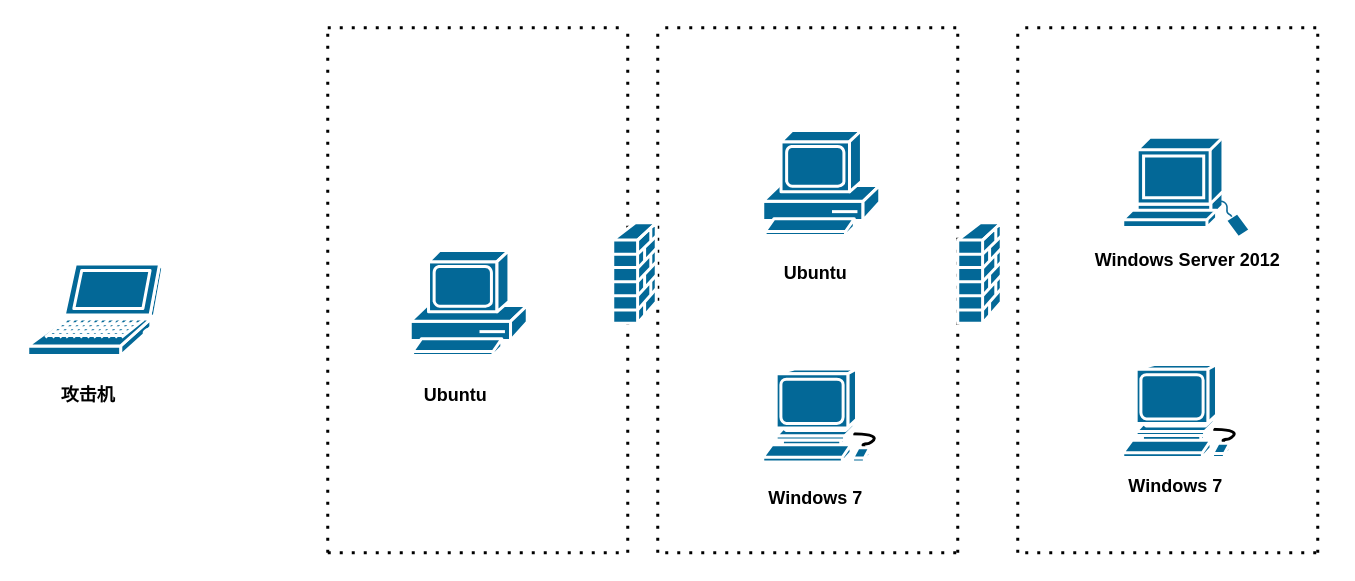
Earlier version of the draw.io diagram 渗透测试.drawio (harmor123/pwn-Stack). Source tidied: cells renumbered, new cells numbered last; positions are measured from the earlier drawing's top-left corner, leaving out a move shared by most shapes. Both pictures are drawn from the tidied source at 150%, with x=0, y=0 at pixel (27, 27).
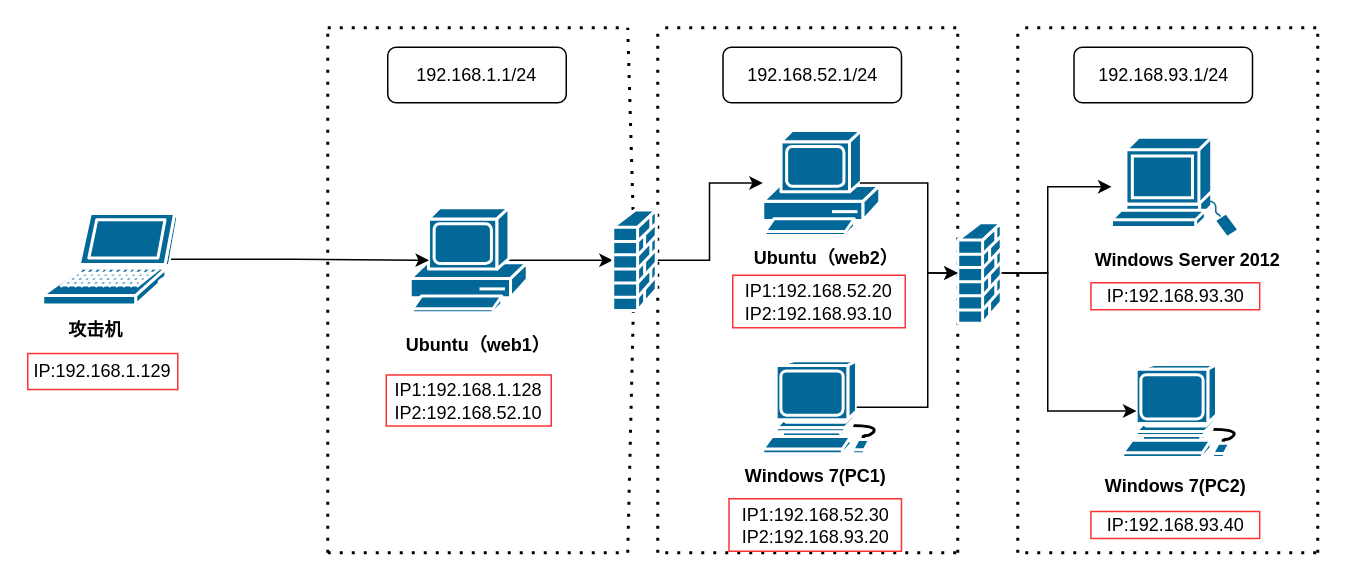
The same diagram, later.

Commit message (it also covers changes not shown here):
更新渗透测试.drawio

Unchanged cells that the change refers to:
```xml
<mxCell id="2" style="shape=mxgraph.cisco.computers_and_peripherals.pc;sketch=0;html=1;dashed=0;fillColor=#036897;strokeColor=#ffffff;strokeWidth=2;verticalLabelPosition=bottom;verticalAlign=top;align=center;outlineConnect=0;" parent="1" vertex="1">
  <mxGeometry x="490" y="68.5" width="78" height="70" as="geometry" />
</mxCell>
<mxCell id="6" style="shape=mxgraph.cisco.computers_and_peripherals.workstation;sketch=0;html=1;dashed=0;fillColor=#036897;strokeColor=#ffffff;strokeWidth=2;verticalLabelPosition=bottom;verticalAlign=top;align=center;outlineConnect=0;" parent="1" vertex="1">
  <mxGeometry x="730" y="224.5" width="83" height="62" as="geometry" />
</mxCell>
```

The edit, as a diff of the source:
```diff
@@
+    <mxCell id="28" style="edgeStyle=orthogonalEdgeStyle;rounded=0;jettySize=auto;html=1;exitX=0.83;exitY=0.5;exitDx=0;exitDy=0;exitPerimeter=0;" parent="1" edge="1" source="3" target="26">
+      <mxGeometry relative="1" as="geometry" />
+    </mxCell>
     <mxCell id="3" style="shape=mxgraph.cisco.computers_and_peripherals.pc;sketch=0;html=1;dashed=0;fillColor=#036897;strokeColor=#ffffff;strokeWidth=2;verticalLabelPosition=bottom;verticalAlign=top;align=center;outlineConnect=0;" parent="1" vertex="1">
-      <mxGeometry x="255" y="148.5" width="78" height="70" as="geometry" />
+      <mxGeometry x="255" y="120" width="78" height="70" as="geometry" />
     </mxCell>
     <mxCell id="4" style="shape=mxgraph.cisco.computers_and_peripherals.laptop;sketch=0;html=1;dashed=0;fillColor=#036897;strokeColor=#ffffff;strokeWidth=2;verticalLabelPosition=bottom;verticalAlign=top;align=center;outlineConnect=0;" parent="1" vertex="1">
-      <mxGeometry y="157.5" width="90" height="61" as="geometry" />
+      <mxGeometry x="10" y="123.8" width="90" height="61" as="geometry" />
     </mxCell>
     <mxCell id="5" style="shape=mxgraph.cisco.computers_and_peripherals.workstation;sketch=0;html=1;dashed=0;fillColor=#036897;strokeColor=#ffffff;strokeWidth=2;verticalLabelPosition=bottom;verticalAlign=top;align=center;outlineConnect=0;" parent="1" vertex="1">
-      <mxGeometry x="490" y="227.5" width="83" height="62" as="geometry" />
+      <mxGeometry x="490" y="222" width="83" height="62" as="geometry" />
     </mxCell>
@@
     <mxCell id="7" style="shape=mxgraph.cisco.computers_and_peripherals.sun_workstation;sketch=0;html=1;dashed=0;fillColor=#036897;strokeColor=#ffffff;strokeWidth=2;verticalLabelPosition=bottom;verticalAlign=top;align=center;outlineConnect=0;" parent="1" vertex="1">
-      <mxGeometry x="730" y="73" width="85" height="67" as="geometry" />
+      <mxGeometry x="722.5" y="73" width="85" height="67" as="geometry" />
     </mxCell>
     <mxCell id="8" value="&lt;b&gt;攻击机&lt;/b&gt;" style="text;html=1;align=center;verticalAlign=middle;strokeColor=none;fillColor=none;" parent="1" vertex="1">
-      <mxGeometry x="10" y="230" width="60" height="30" as="geometry" />
+      <mxGeometry x="15" y="187.2" width="60" height="30" as="geometry" />
     </mxCell>
-    <mxCell id="9" value="&lt;b&gt;Ubuntu&lt;/b&gt;" style="text;html=1;align=center;verticalAlign=middle;strokeColor=none;fillColor=none;" parent="1" vertex="1">
-      <mxGeometry x="250" y="230" width="70" height="30" as="geometry" />
+    <mxCell id="9" value="&lt;b&gt;Ubuntu（web1）&lt;/b&gt;" style="text;html=1;align=center;verticalAlign=middle;strokeColor=none;fillColor=none;" parent="1" vertex="1">
+      <mxGeometry x="240" y="197" width="120" height="30" as="geometry" />
     </mxCell>
-    <mxCell id="10" value="&lt;b&gt;Ubuntu&lt;/b&gt;" style="text;html=1;align=center;verticalAlign=middle;strokeColor=none;fillColor=none;" parent="1" vertex="1">
-      <mxGeometry x="490" y="148.5" width="70" height="30" as="geometry" />
+    <mxCell id="10" value="&lt;b style=&quot;border-color: var(--border-color);&quot;&gt;Ubuntu（web2）&lt;/b&gt;" style="text;html=1;align=center;verticalAlign=middle;strokeColor=none;fillColor=none;" parent="1" vertex="1">
+      <mxGeometry x="471.5" y="138.5" width="120" height="30" as="geometry" />
     </mxCell>
-    <mxCell id="11" value="&lt;b style=&quot;border-color: var(--border-color);&quot;&gt;Windows 7&lt;/b&gt;" style="text;html=1;align=center;verticalAlign=middle;strokeColor=none;fillColor=none;" parent="1" vertex="1">
-      <mxGeometry x="480" y="298.5" width="90" height="30" as="geometry" />
+    <mxCell id="11" value="&lt;b style=&quot;border-color: var(--border-color);&quot;&gt;Windows 7(PC1)&lt;/b&gt;" style="text;html=1;align=center;verticalAlign=middle;strokeColor=none;fillColor=none;" parent="1" vertex="1">
+      <mxGeometry x="465" y="284" width="120" height="30" as="geometry" />
     </mxCell>
-    <mxCell id="12" value="&lt;b&gt;Windows 7&lt;/b&gt;" style="text;html=1;align=center;verticalAlign=middle;strokeColor=none;fillColor=none;" parent="1" vertex="1">
-      <mxGeometry x="720" y="291" width="90" height="30" as="geometry" />
+    <mxCell id="12" value="&lt;b style=&quot;border-color: var(--border-color);&quot;&gt;Windows 7(PC2)&lt;/b&gt;" style="text;html=1;align=center;verticalAlign=middle;strokeColor=none;fillColor=none;" parent="1" vertex="1">
+      <mxGeometry x="705" y="291" width="120" height="30" as="geometry" />
     </mxCell>
@@
-    <mxCell id="21" style="endArrow=none;dashed=1;html=1;dashPattern=1 3;strokeWidth=2;rounded=0;" parent="1" edge="1">
+    <mxCell id="21" style="endArrow=none;dashed=1;html=1;dashPattern=1 3;strokeWidth=2;rounded=0;" parent="1" edge="1" source="26">
       <mxGeometry relative="1" as="geometry">
-        <mxPoint x="400" y="350" as="sourcePoint" />
         <mxPoint x="400" as="targetPoint" />
       </mxGeometry>
     </mxCell>
@@
+    <mxCell id="29" style="edgeStyle=orthogonalEdgeStyle;rounded=0;jettySize=auto;html=1;exitX=1;exitY=0.5;exitDx=0;exitDy=0;exitPerimeter=0;" parent="1" edge="1" source="27" target="7">
+      <mxGeometry relative="1" as="geometry">
+        <Array as="points">
+          <mxPoint x="680" y="164" />
+          <mxPoint x="680" y="106" />
+        </Array>
+      </mxGeometry>
+    </mxCell>
+    <mxCell id="27" style="shape=mxgraph.cisco.security.firewall;sketch=0;html=1;dashed=0;fillColor=#036897;strokeColor=#ffffff;strokeWidth=2;verticalLabelPosition=bottom;verticalAlign=top;align=center;outlineConnect=0;" parent="1" vertex="1">
+      <mxGeometry x="620" y="130" width="29" height="67" as="geometry" />
+    </mxCell>
+    <mxCell id="30" value="IP:192.168.1.129" style="whiteSpace=wrap;html=1;strokeColor=#FF3333;" parent="1" vertex="1">
+      <mxGeometry y="217.2" width="100" height="24" as="geometry" />
+    </mxCell>
+    <mxCell id="31" value="IP1:192.168.1.128&lt;br&gt;IP2:192.168.52.10" style="whiteSpace=wrap;html=1;strokeColor=#FF3333;" parent="1" vertex="1">
+      <mxGeometry x="239" y="231.5" width="110" height="34" as="geometry" />
+    </mxCell>
+    <mxCell id="32" value="IP1:192.168.52.20&lt;br&gt;IP2:192.168.93.10" style="whiteSpace=wrap;html=1;strokeColor=#FF3333;" parent="1" vertex="1">
+      <mxGeometry x="470" y="165" width="115" height="35" as="geometry" />
+    </mxCell>
+    <mxCell id="33" value="IP1:192.168.52.30&lt;br&gt;IP2:192.168.93.20" style="whiteSpace=wrap;html=1;strokeColor=#FF3333;" parent="1" vertex="1">
+      <mxGeometry x="467.5" y="314" width="115" height="35" as="geometry" />
+    </mxCell>
+    <mxCell id="34" value="IP:192.168.93.30" style="whiteSpace=wrap;html=1;strokeColor=#FF3333;" parent="1" vertex="1">
+      <mxGeometry x="708.8" y="170" width="112.5" height="18" as="geometry" />
+    </mxCell>
+    <mxCell id="35" value="IP:192.168.93.40" style="whiteSpace=wrap;html=1;strokeColor=#FF3333;" parent="1" vertex="1">
+      <mxGeometry x="708.8" y="322.5" width="112.5" height="18" as="geometry" />
+    </mxCell>
+    <mxCell id="36" style="edgeStyle=orthogonalEdgeStyle;rounded=0;jettySize=auto;html=1;exitX=0.95;exitY=0.5;exitDx=0;exitDy=0;exitPerimeter=0;entryX=0.16;entryY=0.5;entryDx=0;entryDy=0;entryPerimeter=0;" parent="1" edge="1" source="4" target="3">
+      <mxGeometry relative="1" as="geometry" />
+    </mxCell>
+    <mxCell id="37" style="endArrow=none;dashed=1;html=1;dashPattern=1 3;strokeWidth=2;rounded=0;" parent="1" edge="1" target="26">
+      <mxGeometry relative="1" as="geometry">
+        <mxPoint x="400" y="350" as="sourcePoint" />
+      </mxGeometry>
+    </mxCell>
+    <mxCell id="38" style="edgeStyle=orthogonalEdgeStyle;rounded=0;jettySize=auto;html=1;exitX=1;exitY=0.5;exitDx=0;exitDy=0;exitPerimeter=0;" parent="1" edge="1" source="26" target="2">
+      <mxGeometry relative="1" as="geometry" />
+    </mxCell>
     <mxCell id="26" style="shape=mxgraph.cisco.security.firewall;sketch=0;html=1;dashed=0;fillColor=#036897;strokeColor=#ffffff;strokeWidth=2;verticalLabelPosition=bottom;verticalAlign=top;align=center;outlineConnect=0;" parent="1" vertex="1">
-      <mxGeometry x="390" y="130" width="29" height="67" as="geometry" />
+      <mxGeometry x="390" y="121.5" width="29" height="67" as="geometry" />
     </mxCell>
-    <mxCell id="27" style="shape=mxgraph.cisco.security.firewall;sketch=0;html=1;dashed=0;fillColor=#036897;strokeColor=#ffffff;strokeWidth=2;verticalLabelPosition=bottom;verticalAlign=top;align=center;outlineConnect=0;" parent="1" vertex="1">
-      <mxGeometry x="620" y="130" width="29" height="67" as="geometry" />
-    </mxCell>
+    <mxCell id="39" style="edgeStyle=orthogonalEdgeStyle;rounded=0;jettySize=auto;html=1;exitX=0.83;exitY=0.5;exitDx=0;exitDy=0;exitPerimeter=0;entryX=0;entryY=0.5;entryDx=0;entryDy=0;entryPerimeter=0;" parent="1" edge="1" source="2" target="27">
+      <mxGeometry relative="1" as="geometry">
+        <Array as="points">
+          <mxPoint x="600" y="104" />
+          <mxPoint x="600" y="164" />
+        </Array>
+      </mxGeometry>
+    </mxCell>
+    <mxCell id="40" style="edgeStyle=orthogonalEdgeStyle;rounded=0;jettySize=auto;html=1;exitX=0.755;exitY=0.5;exitDx=0;exitDy=0;exitPerimeter=0;entryX=0;entryY=0.5;entryDx=0;entryDy=0;entryPerimeter=0;" parent="1" edge="1" source="5" target="27">
+      <mxGeometry relative="1" as="geometry">
+        <Array as="points">
+          <mxPoint x="600" y="253" />
+          <mxPoint x="600" y="164" />
+        </Array>
+      </mxGeometry>
+    </mxCell>
+    <mxCell id="41" style="edgeStyle=orthogonalEdgeStyle;rounded=0;jettySize=auto;html=1;exitX=1;exitY=0.5;exitDx=0;exitDy=0;exitPerimeter=0;entryX=0.11;entryY=0.5;entryDx=0;entryDy=0;entryPerimeter=0;" parent="1" edge="1" source="27" target="6">
+      <mxGeometry relative="1" as="geometry">
+        <Array as="points">
+          <mxPoint x="680" y="164" />
+          <mxPoint x="680" y="256" />
+        </Array>
+      </mxGeometry>
+    </mxCell>
+    <mxCell id="42" value="192.168.1.1/24" style="rounded=1;whiteSpace=wrap;html=1;" parent="1" vertex="1">
+      <mxGeometry x="240" y="13" width="119" height="37" as="geometry" />
+    </mxCell>
+    <mxCell id="43" value="192.168.52.1/24" style="rounded=1;whiteSpace=wrap;html=1;" parent="1" vertex="1">
+      <mxGeometry x="463.5" y="13" width="119" height="37" as="geometry" />
+    </mxCell>
+    <mxCell id="44" value="192.168.93.1/24" style="rounded=1;whiteSpace=wrap;html=1;" parent="1" vertex="1">
+      <mxGeometry x="697.5" y="13" width="119" height="37" as="geometry" />
+    </mxCell>
```
